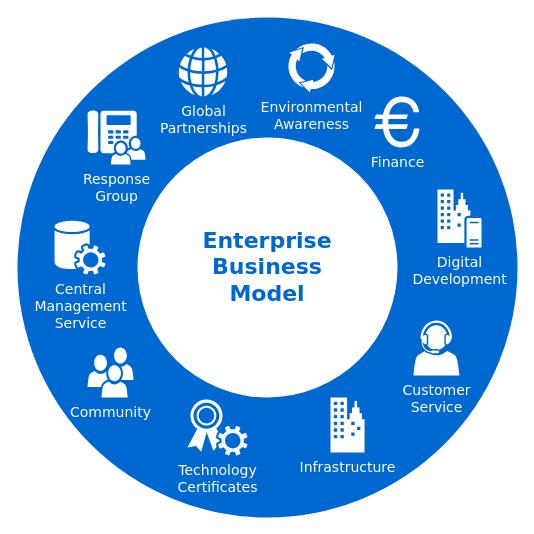
Before: joyful noise.drawio in dvsocean/drawiocontent, a draw.io diagram. Source tidied: cells renumbered, new cells numbered last; positions are measured from the earlier drawing's top-left corner, leaving out a move shared by most shapes. Both pictures are drawn from the tidied source at 100%, with x=0, y=0 at pixel (17, 17).
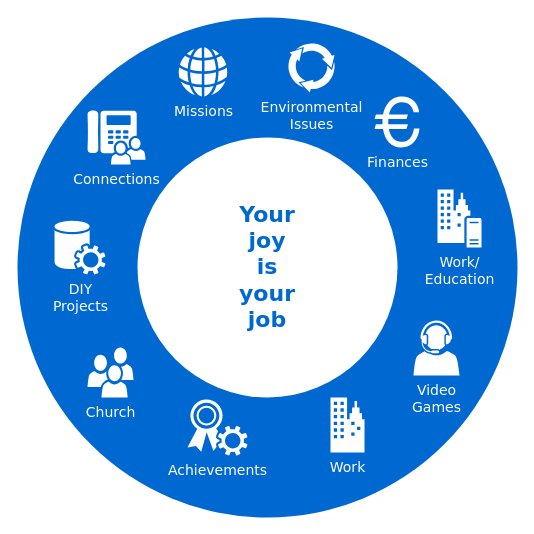
After the change.

The edit, as a diff of the source:
```diff
@@
 <mxGraphModel>
   <root>
     <mxCell id="0" />
     <mxCell id="1" parent="0" />
     <mxCell id="2" style="ellipse;whiteSpace=wrap;html=1;rounded=0;shadow=0;comic=0;strokeWidth=1;fontFamily=Verdana;fontSize=14;strokeColor=none;fillColor=#0069D1;" parent="1" vertex="1">
       <mxGeometry width="500" height="500" as="geometry" />
     </mxCell>
-    <mxCell id="3" value="Enterprise&lt;div&gt;Business&lt;/div&gt;&lt;div&gt;Model&lt;/div&gt;" style="ellipse;whiteSpace=wrap;html=1;rounded=0;shadow=0;comic=0;strokeWidth=1;fontFamily=Verdana;fontSize=22;strokeColor=none;fillColor=#ffffff;fontColor=#0069D1;fontStyle=1;" parent="1" vertex="1">
+    <mxCell id="3" value="Your&lt;div&gt;joy&lt;div&gt;is&lt;/div&gt;&lt;div&gt;your&lt;/div&gt;&lt;div&gt;job&lt;/div&gt;&lt;/div&gt;" style="ellipse;whiteSpace=wrap;html=1;rounded=0;shadow=0;comic=0;strokeWidth=1;fontFamily=Verdana;fontSize=22;strokeColor=none;fillColor=#ffffff;fontColor=#0069D1;fontStyle=1;" parent="1" vertex="1">
       <mxGeometry x="120" y="120" width="260" height="260" as="geometry" />
     </mxCell>
-    <mxCell id="4" value="Community" style="shadow=0;dashed=0;html=1;strokeColor=none;fillColor=#ffffff;labelPosition=center;verticalLabelPosition=bottom;verticalAlign=top;shape=mxgraph.office.users.users;rounded=0;comic=0;fontFamily=Verdana;fontSize=14;fontColor=#FFFFFF;" parent="1" vertex="1">
+    <mxCell id="4" value="Church" style="shadow=0;dashed=0;html=1;strokeColor=none;fillColor=#ffffff;labelPosition=center;verticalLabelPosition=bottom;verticalAlign=top;shape=mxgraph.office.users.users;rounded=0;comic=0;fontFamily=Verdana;fontSize=14;fontColor=#FFFFFF;" parent="1" vertex="1">
       <mxGeometry x="70" y="330" width="46" height="50" as="geometry" />
     </mxCell>
-    <mxCell id="5" value="Customer&lt;div&gt;Service&lt;/div&gt;" style="shadow=0;dashed=0;html=1;strokeColor=none;fillColor=#ffffff;labelPosition=center;verticalLabelPosition=bottom;verticalAlign=top;shape=mxgraph.office.users.call_center_agent;rounded=0;comic=0;fontFamily=Verdana;fontSize=14;fontColor=#FFFFFF;" parent="1" vertex="1">
+    <mxCell id="5" value="Video&lt;div&gt;Games&lt;/div&gt;" style="shadow=0;dashed=0;html=1;strokeColor=none;fillColor=#ffffff;labelPosition=center;verticalLabelPosition=bottom;verticalAlign=top;shape=mxgraph.office.users.call_center_agent;rounded=0;comic=0;fontFamily=Verdana;fontSize=14;fontColor=#FFFFFF;" parent="1" vertex="1">
       <mxGeometry x="396" y="303" width="46" height="55" as="geometry" />
     </mxCell>
-    <mxCell id="6" value="Response&lt;div&gt;Group&lt;/div&gt;" style="shadow=0;dashed=0;html=1;strokeColor=none;fillColor=#ffffff;labelPosition=center;verticalLabelPosition=bottom;verticalAlign=top;shape=mxgraph.office.users.response_group;rounded=0;comic=0;fontFamily=Verdana;fontSize=14;fontColor=#FFFFFF;" parent="1" vertex="1">
+    <mxCell id="6" value="Connections" style="shadow=0;dashed=0;html=1;strokeColor=none;fillColor=#ffffff;labelPosition=center;verticalLabelPosition=bottom;verticalAlign=top;shape=mxgraph.office.users.response_group;rounded=0;comic=0;fontFamily=Verdana;fontSize=14;fontColor=#FFFFFF;" parent="1" vertex="1">
       <mxGeometry x="70" y="93" width="58" height="54" as="geometry" />
     </mxCell>
-    <mxCell id="7" value="Central&lt;div&gt;Management&lt;/div&gt;&lt;div&gt;Service&lt;/div&gt;" style="shadow=0;dashed=0;html=1;strokeColor=none;fillColor=#ffffff;labelPosition=center;verticalLabelPosition=bottom;verticalAlign=top;shape=mxgraph.office.services.central_management_service;rounded=0;comic=0;fontFamily=Verdana;fontSize=14;fontColor=#FFFFFF;" parent="1" vertex="1">
+    <mxCell id="7" value="DIY&lt;div&gt;Projects&lt;/div&gt;" style="shadow=0;dashed=0;html=1;strokeColor=none;fillColor=#ffffff;labelPosition=center;verticalLabelPosition=bottom;verticalAlign=top;shape=mxgraph.office.services.central_management_service;rounded=0;comic=0;fontFamily=Verdana;fontSize=14;fontColor=#FFFFFF;" parent="1" vertex="1">
       <mxGeometry x="37" y="203" width="51" height="54" as="geometry" />
     </mxCell>
-    <mxCell id="8" value="Digital&lt;div&gt;Development&lt;/div&gt;" style="shadow=0;dashed=0;html=1;strokeColor=none;fillColor=#ffffff;labelPosition=center;verticalLabelPosition=bottom;verticalAlign=top;shape=mxgraph.office.servers.on_premises_server;rounded=0;comic=0;fontFamily=Verdana;fontSize=14;fontColor=#FFFFFF;" parent="1" vertex="1">
+    <mxCell id="8" value="Work/&lt;div&gt;Education&lt;/div&gt;" style="shadow=0;dashed=0;html=1;strokeColor=none;fillColor=#ffffff;labelPosition=center;verticalLabelPosition=bottom;verticalAlign=top;shape=mxgraph.office.servers.on_premises_server;rounded=0;comic=0;fontFamily=Verdana;fontSize=14;fontColor=#FFFFFF;" parent="1" vertex="1">
       <mxGeometry x="420" y="172" width="44" height="58" as="geometry" />
     </mxCell>
-    <mxCell id="9" value="Technology&lt;div&gt;Certificates&lt;/div&gt;" style="shadow=0;dashed=0;html=1;strokeColor=none;fillColor=#ffffff;labelPosition=center;verticalLabelPosition=bottom;verticalAlign=top;shape=mxgraph.office.security.token_service;rounded=0;comic=0;fontFamily=Verdana;fontSize=14;fontColor=#FFFFFF;" parent="1" vertex="1">
+    <mxCell id="9" value="Achievements" style="shadow=0;dashed=0;html=1;strokeColor=none;fillColor=#ffffff;labelPosition=center;verticalLabelPosition=bottom;verticalAlign=top;shape=mxgraph.office.security.token_service;rounded=0;comic=0;fontFamily=Verdana;fontSize=14;fontColor=#FFFFFF;" parent="1" vertex="1">
       <mxGeometry x="170" y="382" width="60" height="56" as="geometry" />
     </mxCell>
-    <mxCell id="10" value="Infrastructure" style="shadow=0;dashed=0;html=1;strokeColor=none;fillColor=#ffffff;labelPosition=center;verticalLabelPosition=bottom;verticalAlign=top;shape=mxgraph.office.concepts.on_premises;rounded=0;comic=0;fontFamily=Verdana;fontSize=14;fontColor=#FFFFFF;" parent="1" vertex="1">
+    <mxCell id="10" value="Work" style="shadow=0;dashed=0;html=1;strokeColor=none;fillColor=#ffffff;labelPosition=center;verticalLabelPosition=bottom;verticalAlign=top;shape=mxgraph.office.concepts.on_premises;rounded=0;comic=0;fontFamily=Verdana;fontSize=14;fontColor=#FFFFFF;" parent="1" vertex="1">
       <mxGeometry x="313" y="380" width="34" height="55" as="geometry" />
     </mxCell>
-    <mxCell id="11" value="Global&lt;div&gt;Partnerships&lt;/div&gt;" style="shadow=0;dashed=0;html=1;strokeColor=none;fillColor=#ffffff;labelPosition=center;verticalLabelPosition=bottom;verticalAlign=top;shape=mxgraph.office.concepts.globe_internet;rounded=0;comic=0;fontFamily=Verdana;fontSize=14;fontColor=#FFFFFF;" parent="1" vertex="1">
+    <mxCell id="11" value="Missions" style="shadow=0;dashed=0;html=1;strokeColor=none;fillColor=#ffffff;labelPosition=center;verticalLabelPosition=bottom;verticalAlign=top;shape=mxgraph.office.concepts.globe_internet;rounded=0;comic=0;fontFamily=Verdana;fontSize=14;fontColor=#FFFFFF;" parent="1" vertex="1">
       <mxGeometry x="161" y="30" width="49" height="49" as="geometry" />
     </mxCell>
-    <mxCell id="12" value="Environmental&lt;div&gt;Awareness&lt;/div&gt;" style="shadow=0;dashed=0;html=1;strokeColor=none;shape=mxgraph.mscae.general.continuous_cycle;fillColor=#ffffff;rounded=0;comic=0;fontFamily=Verdana;fontSize=14;fontColor=#FFFFFF;verticalAlign=top;labelPosition=center;verticalLabelPosition=bottom;align=center;" parent="1" vertex="1">
+    <mxCell id="12" value="Environmental&lt;div&gt;Issues&lt;/div&gt;" style="shadow=0;dashed=0;html=1;strokeColor=none;shape=mxgraph.mscae.general.continuous_cycle;fillColor=#ffffff;rounded=0;comic=0;fontFamily=Verdana;fontSize=14;fontColor=#FFFFFF;verticalAlign=top;labelPosition=center;verticalLabelPosition=bottom;align=center;" parent="1" vertex="1">
       <mxGeometry x="270" y="25" width="48" height="50" as="geometry" />
     </mxCell>
-    <mxCell id="13" value="Finance" style="shape=mxgraph.signs.travel.euro;html=1;fillColor=#ffffff;strokeColor=none;verticalLabelPosition=bottom;verticalAlign=top;align=center;rounded=0;shadow=0;dashed=0;comic=0;fontFamily=Verdana;fontSize=14;fontColor=#FFFFFF;" parent="1" vertex="1">
+    <mxCell id="13" value="Finances" style="shape=mxgraph.signs.travel.euro;html=1;fillColor=#ffffff;strokeColor=none;verticalLabelPosition=bottom;verticalAlign=top;align=center;rounded=0;shadow=0;dashed=0;comic=0;fontFamily=Verdana;fontSize=14;fontColor=#FFFFFF;" parent="1" vertex="1">
       <mxGeometry x="357" y="79" width="45" height="51" as="geometry" />
     </mxCell>
   </root>
 </mxGraphModel>
```
